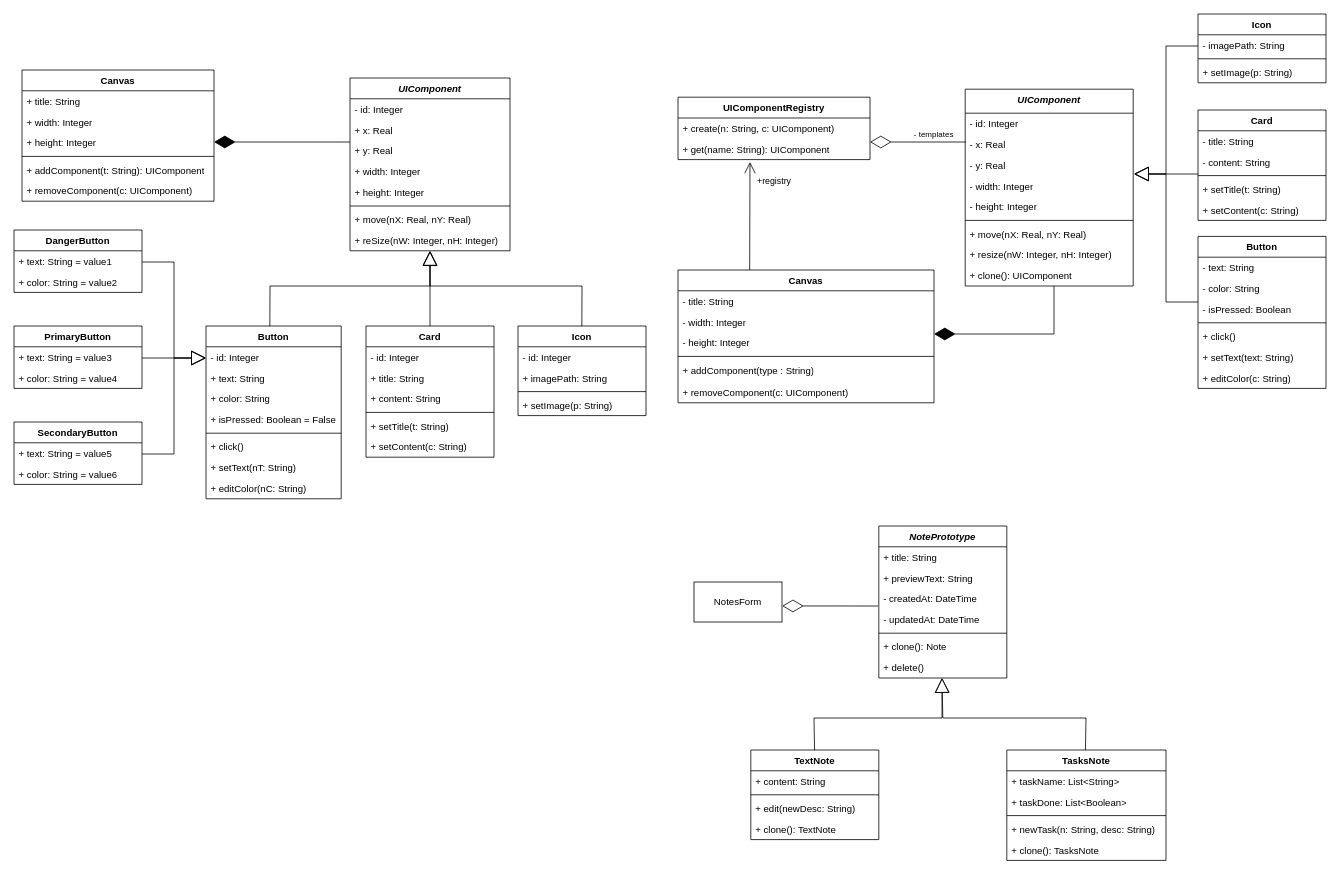
This is lab01/Diagrams/OOAP2_Lab1.drawio from Squizly/Object-oriented-analysis-and-design-2, a draw.io file, before an edit. Source tidied: cells renumbered, new cells numbered last; positions are measured from the earlier drawing's top-left corner, leaving out a move shared by most shapes. Both pictures are drawn from the tidied source at 80%, with x=0, y=0 at pixel (14, 14).
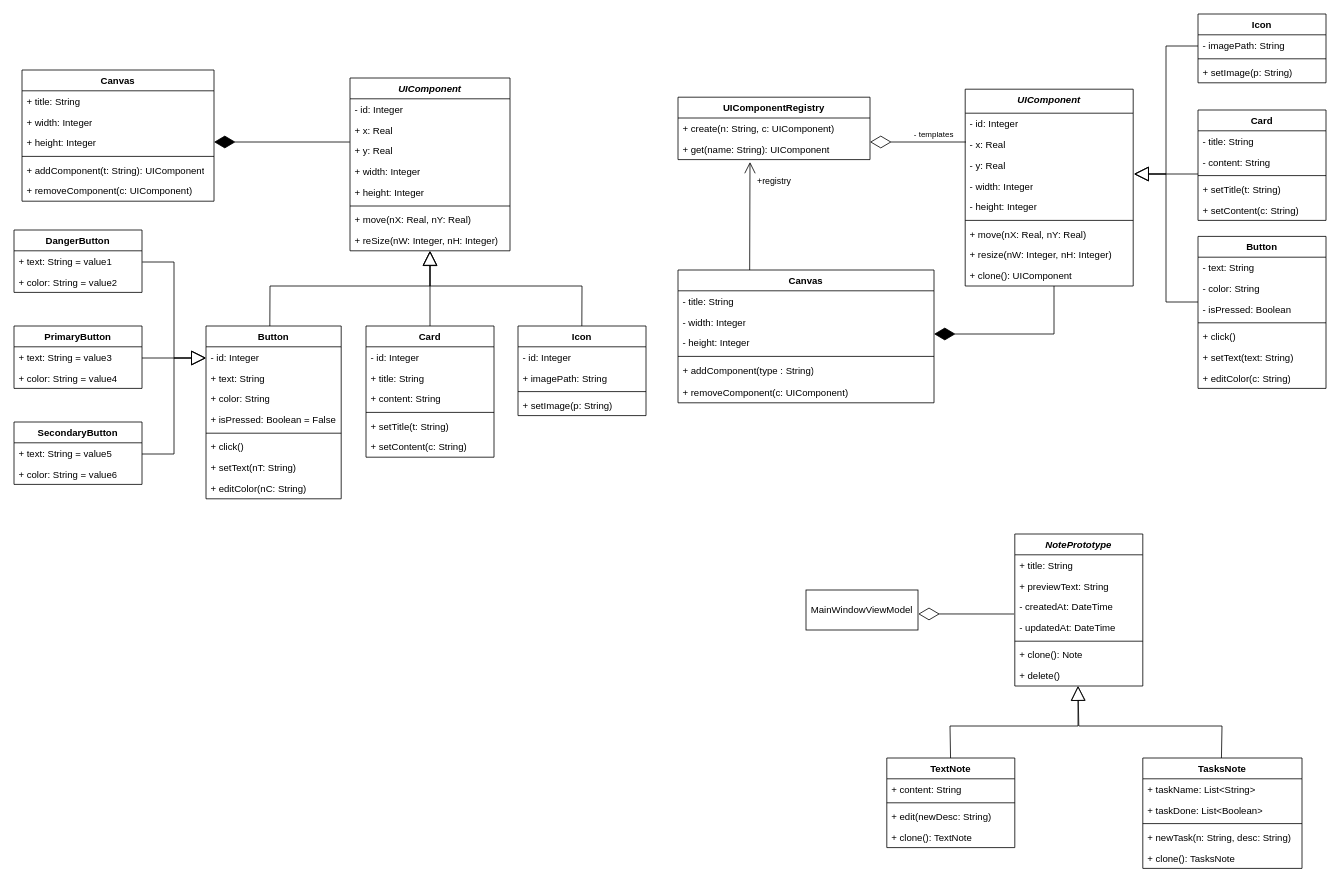
The same page after the edit.

The change refers to these unchanged cells:
```xml
<mxCell id="108" value="+ delete()" style="text;strokeColor=none;fillColor=none;align=left;verticalAlign=top;spacingLeft=4;spacingRight=4;overflow=hidden;points=[[0,0.5],[1,0.5]];portConstraint=eastwest;whiteSpace=wrap;html=1;" parent="101" vertex="1">
  <mxGeometry y="164" width="160" height="26" as="geometry" />
</mxCell>
```

The edit, as a diff of the source:
```diff
@@
     <mxCell id="101" value="&lt;i&gt;NotePrototype&lt;/i&gt;" style="swimlane;fontStyle=1;align=center;verticalAlign=top;horizontal=1;startSize=26;whiteSpace=wrap;html=1;" parent="1" vertex="1">
-      <mxGeometry x="1081" y="640" width="160" height="190" as="geometry" />
+      <mxGeometry x="1251" y="650" width="160" height="190" as="geometry" />
     </mxCell>
@@
     <mxCell id="109" value="TextNote" style="swimlane;fontStyle=1;align=center;verticalAlign=top;horizontal=1;startSize=26;whiteSpace=wrap;html=1;" parent="1" vertex="1">
-      <mxGeometry x="921" y="920" width="160" height="112" as="geometry" />
+      <mxGeometry x="1091" y="930" width="160" height="112" as="geometry" />
     </mxCell>
@@
     <mxCell id="114" value="TasksNote" style="swimlane;fontStyle=1;align=center;verticalAlign=top;horizontal=1;startSize=26;whiteSpace=wrap;html=1;" parent="1" vertex="1">
-      <mxGeometry x="1241" y="920" width="199" height="138" as="geometry" />
+      <mxGeometry x="1411" y="930" width="199" height="138" as="geometry" />
     </mxCell>
@@
     <mxCell id="120" style="endArrow=block;endSize=16;endFill=0;html=1;rounded=0;" parent="1" edge="1">
       <mxGeometry relative="1" as="geometry">
-        <mxPoint x="1000.7" y="920" as="sourcePoint" />
-        <mxPoint x="1160" y="830" as="targetPoint" />
+        <mxPoint x="1170.7" y="930" as="sourcePoint" />
+        <mxPoint x="1330" y="840" as="targetPoint" />
         <Array as="points">
-          <mxPoint x="1000" y="880" />
-          <mxPoint x="1160" y="880" />
+          <mxPoint x="1170" y="890" />
+          <mxPoint x="1330" y="890" />
         </Array>
       </mxGeometry>
     </mxCell>
     <mxCell id="121" style="endArrow=block;endSize=16;endFill=0;html=1;rounded=0;entryX=0.494;entryY=0.997;entryDx=0;entryDy=0;entryPerimeter=0;exitX=0.494;exitY=0;exitDx=0;exitDy=0;exitPerimeter=0;" parent="1" edge="1" source="114" target="108">
       <mxGeometry relative="1" as="geometry">
         <Array as="points">
-          <mxPoint x="1340" y="880" />
-          <mxPoint x="1161" y="880" />
+          <mxPoint x="1510" y="890" />
+          <mxPoint x="1331" y="890" />
         </Array>
       </mxGeometry>
     </mxCell>
-    <mxCell id="122" value="NotesForm" style="html=1;whiteSpace=wrap;" parent="1" vertex="1">
-      <mxGeometry x="850" y="710" width="110" height="50" as="geometry" />
+    <mxCell id="122" value="MainWindowViewModel" style="html=1;whiteSpace=wrap;" parent="1" vertex="1">
+      <mxGeometry x="990" y="720" width="140" height="50" as="geometry" />
     </mxCell>
     <mxCell id="123" style="endArrow=diamondThin;endFill=0;endSize=24;html=1;rounded=0;entryX=1.002;entryY=0.599;entryDx=0;entryDy=0;entryPerimeter=0;" parent="1" edge="1" target="122">
       <mxGeometry relative="1" as="geometry">
-        <mxPoint x="1080" y="740" as="sourcePoint" />
+        <mxPoint x="1250" y="750" as="sourcePoint" />
       </mxGeometry>
     </mxCell>
```
